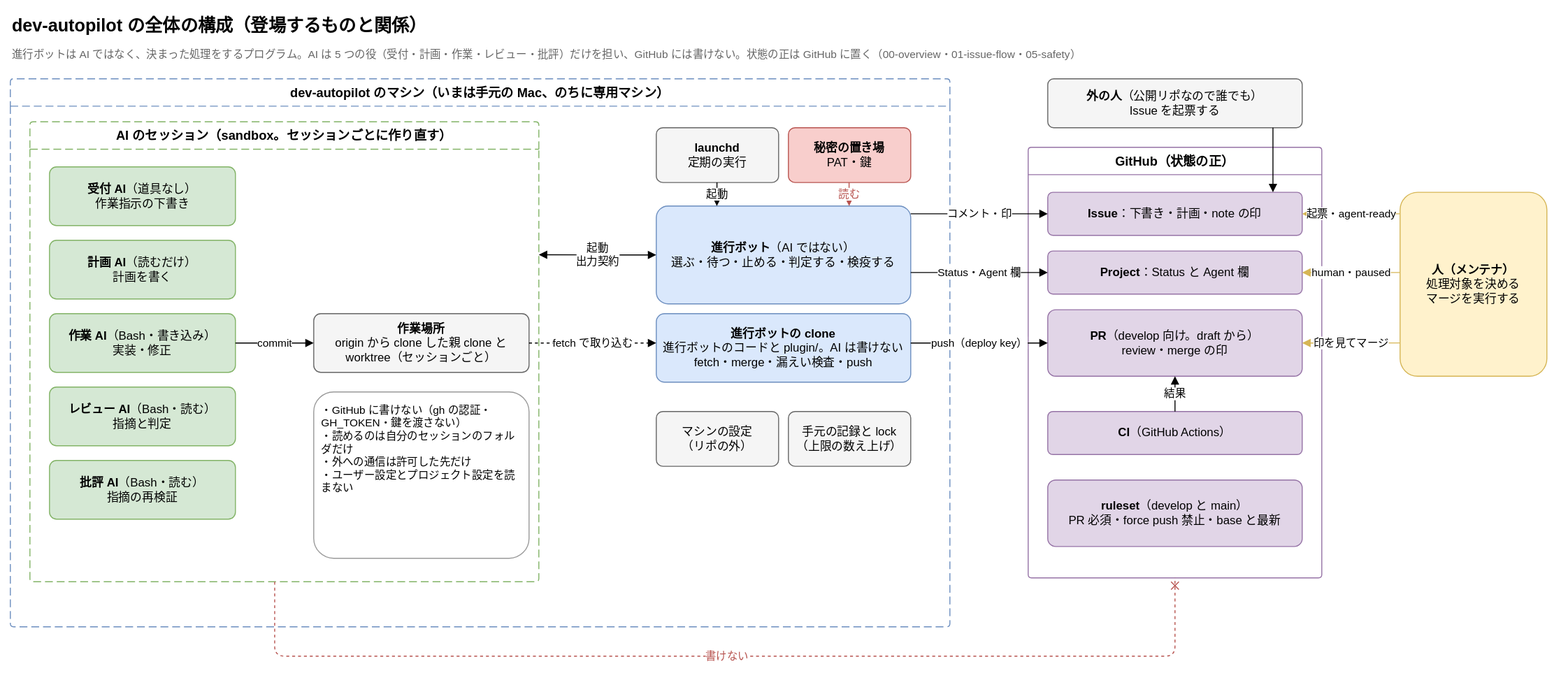
Earlier version of the draw.io export dev-autopilot/docs/diagrams/overview.drawio.svg (Joymerrevent/business-os). Source tidied: cells renumbered, new cells last; positions are measured from the earlier drawing's top-left corner, leaving out a move shared by most shapes. Source of this version:
```xml
<mxGraphModel background="#ffffff">
  <root>
    <mxCell id="0" />
    <mxCell id="1" parent="0" />
    <mxCell id="2" value="dev-autopilot の全体の構成（登場するものと関係）" style="text;html=1;whiteSpace=wrap;align=left;verticalAlign=middle;fontSize=18;fontStyle=1;" parent="1" vertex="1">
      <mxGeometry width="900" height="32" as="geometry" />
    </mxCell>
    <mxCell id="3" value="進行ボットは AI ではなく、決まった処理をするプログラム。AI は 5 つの役（受付・計画・作業・レビュー・批評）だけを担い、GitHub には書けない。状態の正は GitHub に置く（00-overview・01-issue-flow・05-safety）" style="text;html=1;whiteSpace=wrap;align=left;verticalAlign=top;fontSize=11;fontColor=#666666;" parent="1" vertex="1">
      <mxGeometry y="32" width="1440" height="22" as="geometry" />
    </mxCell>
    <mxCell id="4" value="dev-autopilot のマシン（いまは手元の Mac、のちに専用マシン）" style="swimlane;startSize=28;html=1;whiteSpace=wrap;rounded=1;arcSize=4;dashed=1;dashPattern=8 4;fontStyle=1;fontSize=13;strokeColor=#6c8ebf;fillColor=none;swimlaneFillColor=none;" parent="1" vertex="1">
      <mxGeometry y="70" width="960" height="560" as="geometry" />
    </mxCell>
    <mxCell id="5" value="AI のセッション（sandbox。セッションごとに作り直す）" style="swimlane;startSize=28;html=1;whiteSpace=wrap;rounded=1;arcSize=4;dashed=1;dashPattern=8 4;fontStyle=1;fontSize=13;strokeColor=#82b366;fillColor=none;swimlaneFillColor=none;" parent="4" vertex="1">
      <mxGeometry x="20" y="44" width="520" height="470" as="geometry" />
    </mxCell>
    <mxCell id="6" value="&lt;b&gt;受付 AI&lt;/b&gt;（道具なし）&lt;br&gt;作業指示の下書き" style="rounded=1;whiteSpace=wrap;html=1;fontSize=12;arcSize=12;fillColor=#d5e8d4;strokeColor=#82b366;" parent="5" vertex="1">
      <mxGeometry x="20" y="46" width="190" height="60" as="geometry" />
    </mxCell>
    <mxCell id="7" value="&lt;b&gt;計画 AI&lt;/b&gt;（読むだけ）&lt;br&gt;計画を書く" style="rounded=1;whiteSpace=wrap;html=1;fontSize=12;arcSize=12;fillColor=#d5e8d4;strokeColor=#82b366;" parent="5" vertex="1">
      <mxGeometry x="20" y="121" width="190" height="60" as="geometry" />
    </mxCell>
    <mxCell id="8" value="&lt;b&gt;作業 AI&lt;/b&gt;（Bash・書き込み）&lt;br&gt;実装・修正" style="rounded=1;whiteSpace=wrap;html=1;fontSize=12;arcSize=12;fillColor=#d5e8d4;strokeColor=#82b366;" parent="5" vertex="1">
      <mxGeometry x="20" y="196" width="190" height="60" as="geometry" />
    </mxCell>
    <mxCell id="9" value="&lt;b&gt;レビュー AI&lt;/b&gt;（Bash・読む）&lt;br&gt;指摘と判定" style="rounded=1;whiteSpace=wrap;html=1;fontSize=12;arcSize=12;fillColor=#d5e8d4;strokeColor=#82b366;" parent="5" vertex="1">
      <mxGeometry x="20" y="271" width="190" height="60" as="geometry" />
    </mxCell>
    <mxCell id="10" value="&lt;b&gt;批評 AI&lt;/b&gt;（Bash・読む）&lt;br&gt;指摘の再検証" style="rounded=1;whiteSpace=wrap;html=1;fontSize=12;arcSize=12;fillColor=#d5e8d4;strokeColor=#82b366;" parent="5" vertex="1">
      <mxGeometry x="20" y="346" width="190" height="60" as="geometry" />
    </mxCell>
    <mxCell id="11" value="&lt;b&gt;作業場所&lt;/b&gt;&lt;br&gt;origin から clone した親 clone と worktree（セッションごと）" style="rounded=1;whiteSpace=wrap;html=1;fontSize=12;arcSize=12;fillColor=#f5f5f5;strokeColor=#666666;" parent="5" vertex="1">
      <mxGeometry x="290" y="196" width="220" height="60" as="geometry" />
    </mxCell>
    <mxCell id="12" value="・GitHub に書けない（gh の認証・GH_TOKEN・鍵を渡さない）&lt;br&gt;・読めるのは自分のセッションのフォルダだけ&lt;br&gt;・外への通信は許可した先だけ&lt;br&gt;・ユーザー設定とプロジェクト設定を読まない" style="rounded=1;whiteSpace=wrap;html=1;fontSize=12;arcSize=12;align=left;verticalAlign=top;fontSize=11;spacing=8;fillColor=#ffffff;strokeColor=#999999;" parent="5" vertex="1">
      <mxGeometry x="290" y="276" width="220" height="170" as="geometry" />
    </mxCell>
    <mxCell id="13" value="&lt;b&gt;launchd&lt;/b&gt;&lt;br&gt;定期の実行" style="rounded=1;whiteSpace=wrap;html=1;fontSize=12;arcSize=12;fillColor=#f5f5f5;strokeColor=#666666;" parent="1" vertex="1">
      <mxGeometry x="660" y="120" width="125" height="56" as="geometry" />
    </mxCell>
    <mxCell id="14" value="&lt;b&gt;秘密の置き場&lt;/b&gt;&lt;br&gt;PAT・鍵" style="rounded=1;whiteSpace=wrap;html=1;fontSize=12;arcSize=12;fillColor=#f8cecc;strokeColor=#b85450;" parent="1" vertex="1">
      <mxGeometry x="795" y="120" width="125" height="56" as="geometry" />
    </mxCell>
    <mxCell id="15" value="&lt;b&gt;進行ボット&lt;/b&gt;（AI ではない）&lt;br&gt;選ぶ・待つ・止める・判定する・検疫する" style="rounded=1;whiteSpace=wrap;html=1;fontSize=12;arcSize=12;fillColor=#dae8fc;strokeColor=#6c8ebf;" parent="1" vertex="1">
      <mxGeometry x="660" y="200" width="260" height="100" as="geometry" />
    </mxCell>
    <mxCell id="16" value="&lt;b&gt;進行ボットの clone&lt;/b&gt;&lt;br&gt;進行ボットのコードと plugin/。AI は書けない&lt;br&gt;fetch・merge・漏えい検査・push" style="rounded=1;whiteSpace=wrap;html=1;fontSize=12;arcSize=12;fillColor=#dae8fc;strokeColor=#6c8ebf;" parent="1" vertex="1">
      <mxGeometry x="660" y="310" width="260" height="70" as="geometry" />
    </mxCell>
    <mxCell id="17" value="マシンの設定&lt;br&gt;（リポの外）" style="rounded=1;whiteSpace=wrap;html=1;fontSize=12;arcSize=12;fillColor=#f5f5f5;strokeColor=#666666;" parent="1" vertex="1">
      <mxGeometry x="660" y="410" width="125" height="56" as="geometry" />
    </mxCell>
    <mxCell id="18" value="手元の記録と lock&lt;br&gt;（上限の数え上げ）" style="rounded=1;whiteSpace=wrap;html=1;fontSize=12;arcSize=12;fillColor=#f5f5f5;strokeColor=#666666;" parent="1" vertex="1">
      <mxGeometry x="795" y="410" width="125" height="56" as="geometry" />
    </mxCell>
    <mxCell id="19" value="GitHub（状態の正）" style="swimlane;startSize=28;html=1;whiteSpace=wrap;rounded=1;arcSize=4;fontStyle=1;fontSize=13;strokeColor=#9673a6;fillColor=none;swimlaneFillColor=none;" parent="1" vertex="1">
      <mxGeometry x="1040" y="140" width="300" height="440" as="geometry" />
    </mxCell>
    <mxCell id="20" value="&lt;b&gt;Issue&lt;/b&gt;：下書き・計画・note の印" style="rounded=1;whiteSpace=wrap;html=1;fontSize=12;arcSize=12;fillColor=#e1d5e7;strokeColor=#9673a6;" parent="19" vertex="1">
      <mxGeometry x="20" y="46" width="260" height="44" as="geometry" />
    </mxCell>
    <mxCell id="21" value="&lt;b&gt;Project&lt;/b&gt;：Status と Agent 欄" style="rounded=1;whiteSpace=wrap;html=1;fontSize=12;arcSize=12;fillColor=#e1d5e7;strokeColor=#9673a6;" parent="19" vertex="1">
      <mxGeometry x="20" y="106" width="260" height="44" as="geometry" />
    </mxCell>
    <mxCell id="22" value="&lt;b&gt;PR&lt;/b&gt;（develop 向け。draft から）&lt;br&gt;review・merge の印" style="rounded=1;whiteSpace=wrap;html=1;fontSize=12;arcSize=12;fillColor=#e1d5e7;strokeColor=#9673a6;" parent="19" vertex="1">
      <mxGeometry x="20" y="166" width="260" height="68" as="geometry" />
    </mxCell>
    <mxCell id="23" value="&lt;b&gt;CI&lt;/b&gt;（GitHub Actions）" style="rounded=1;whiteSpace=wrap;html=1;fontSize=12;arcSize=12;fillColor=#e1d5e7;strokeColor=#9673a6;" parent="19" vertex="1">
      <mxGeometry x="20" y="270" width="260" height="44" as="geometry" />
    </mxCell>
    <mxCell id="24" value="&lt;b&gt;ruleset&lt;/b&gt;（develop と main）&lt;br&gt;PR 必須・force push 禁止・base と最新" style="rounded=1;whiteSpace=wrap;html=1;fontSize=12;arcSize=12;fillColor=#e1d5e7;strokeColor=#9673a6;" parent="19" vertex="1">
      <mxGeometry x="20" y="340" width="260" height="68" as="geometry" />
    </mxCell>
    <mxCell id="25" value="&lt;b&gt;人（メンテナ）&lt;/b&gt;&lt;br&gt;処理対象を決める&lt;br&gt;マージを実行する" style="rounded=1;whiteSpace=wrap;html=1;fontSize=12;arcSize=12;fillColor=#fff2cc;strokeColor=#d6b656;" parent="1" vertex="1">
      <mxGeometry x="1420" y="186" width="150" height="188" as="geometry" />
    </mxCell>
    <mxCell id="26" value="&lt;b&gt;外の人&lt;/b&gt;（公開リポなので誰でも）&lt;br&gt;Issue を起票する" style="rounded=1;whiteSpace=wrap;html=1;fontSize=12;arcSize=12;fillColor=#f5f5f5;strokeColor=#666666;" parent="1" vertex="1">
      <mxGeometry x="1060" y="70" width="260" height="50" as="geometry" />
    </mxCell>
    <mxCell id="27" value="起動" style="edgeStyle=orthogonalEdgeStyle;rounded=1;html=1;endArrow=block;endFill=1;fontSize=11;labelBackgroundColor=#ffffff;exitX=0.496;exitY=1;exitDx=0;exitDy=0;entryX=0.238;entryY=0;entryDx=0;entryDy=0;" parent="1" edge="1" source="13" target="15">
      <mxGeometry relative="1" as="geometry" />
    </mxCell>
    <mxCell id="28" value="読む" style="edgeStyle=orthogonalEdgeStyle;rounded=1;html=1;endArrow=block;endFill=1;fontSize=11;labelBackgroundColor=#ffffff;strokeColor=#b85450;fontColor=#b85450;exitX=0.496;exitY=1;exitDx=0;exitDy=0;entryX=0.758;entryY=0;entryDx=0;entryDy=0;" parent="1" edge="1" source="14" target="15">
      <mxGeometry relative="1" as="geometry" />
    </mxCell>
    <mxCell id="29" value="起動&lt;br&gt;出力契約" style="edgeStyle=orthogonalEdgeStyle;rounded=1;html=1;endArrow=block;endFill=1;fontSize=11;labelBackgroundColor=#ffffff;startArrow=block;startFill=1;exitX=0;exitY=0.5;exitDx=0;exitDy=0;entryX=1;entryY=0.289;entryDx=0;entryDy=0;" parent="1" edge="1" source="15" target="5">
      <mxGeometry relative="1" as="geometry" />
    </mxCell>
    <mxCell id="30" value="commit" style="edgeStyle=orthogonalEdgeStyle;rounded=1;html=1;endArrow=block;endFill=1;fontSize=11;labelBackgroundColor=#ffffff;exitX=1;exitY=0.5;exitDx=0;exitDy=0;entryX=0;entryY=0.5;entryDx=0;entryDy=0;" parent="1" edge="1" source="8" target="11">
      <mxGeometry relative="1" as="geometry" />
    </mxCell>
    <mxCell id="31" value="fetch で取り込む" style="edgeStyle=orthogonalEdgeStyle;rounded=1;html=1;endArrow=block;endFill=1;fontSize=11;labelBackgroundColor=#ffffff;dashed=1;exitX=1;exitY=0.5;exitDx=0;exitDy=0;entryX=0;entryY=0.429;entryDx=0;entryDy=0;" parent="1" edge="1" source="11" target="16">
      <mxGeometry relative="1" as="geometry" />
    </mxCell>
    <mxCell id="32" value="コメント・印" style="edgeStyle=orthogonalEdgeStyle;rounded=1;html=1;endArrow=block;endFill=1;fontSize=11;labelBackgroundColor=#ffffff;exitX=1;exitY=0.08;exitDx=0;exitDy=0;entryX=0;entryY=0.5;entryDx=0;entryDy=0;" parent="1" edge="1" source="15" target="20">
      <mxGeometry relative="1" as="geometry" />
    </mxCell>
    <mxCell id="33" value="Status・Agent 欄" style="edgeStyle=orthogonalEdgeStyle;rounded=1;html=1;endArrow=block;endFill=1;fontSize=11;labelBackgroundColor=#ffffff;exitX=1;exitY=0.68;exitDx=0;exitDy=0;entryX=0;entryY=0.5;entryDx=0;entryDy=0;" parent="1" edge="1" source="15" target="21">
      <mxGeometry relative="1" as="geometry" />
    </mxCell>
    <mxCell id="34" value="push（deploy key）" style="edgeStyle=orthogonalEdgeStyle;rounded=1;html=1;endArrow=block;endFill=1;fontSize=11;labelBackgroundColor=#ffffff;exitX=1;exitY=0.429;exitDx=0;exitDy=0;entryX=0;entryY=0.5;entryDx=0;entryDy=0;" parent="1" edge="1" source="16" target="22">
      <mxGeometry relative="1" as="geometry" />
    </mxCell>
    <mxCell id="35" value="結果" style="edgeStyle=orthogonalEdgeStyle;rounded=1;html=1;endArrow=block;endFill=1;fontSize=11;labelBackgroundColor=#ffffff;exitX=0.5;exitY=0;exitDx=0;exitDy=0;entryX=0.5;entryY=1;entryDx=0;entryDy=0;" parent="1" edge="1" source="23" target="22">
      <mxGeometry relative="1" as="geometry" />
    </mxCell>
    <mxCell id="36" value="起票・agent-ready" style="edgeStyle=orthogonalEdgeStyle;rounded=1;html=1;endArrow=block;endFill=1;fontSize=11;labelBackgroundColor=#ffffff;strokeColor=#d6b656;exitX=0;exitY=0.117;exitDx=0;exitDy=0;entryX=1;entryY=0.5;entryDx=0;entryDy=0;" parent="1" edge="1" source="25" target="20">
      <mxGeometry relative="1" as="geometry" />
    </mxCell>
    <mxCell id="37" style="edgeStyle=orthogonalEdgeStyle;rounded=1;html=1;endArrow=block;endFill=1;fontSize=11;labelBackgroundColor=#ffffff;exitX=0.885;exitY=1;exitDx=0;exitDy=0;entryX=0.885;entryY=0;entryDx=0;entryDy=0;" parent="1" edge="1" source="26" target="20">
      <mxGeometry relative="1" as="geometry" />
    </mxCell>
    <mxCell id="38" value="human・paused" style="edgeStyle=orthogonalEdgeStyle;rounded=1;html=1;endArrow=block;endFill=1;fontSize=11;labelBackgroundColor=#ffffff;strokeColor=#d6b656;exitX=0;exitY=0.436;exitDx=0;exitDy=0;entryX=1;entryY=0.5;entryDx=0;entryDy=0;" parent="1" edge="1" source="25" target="21">
      <mxGeometry relative="1" as="geometry" />
    </mxCell>
    <mxCell id="39" value="印を見てマージ" style="edgeStyle=orthogonalEdgeStyle;rounded=1;html=1;endArrow=block;endFill=1;fontSize=11;labelBackgroundColor=#ffffff;strokeColor=#d6b656;exitX=0;exitY=0.819;exitDx=0;exitDy=0;entryX=1;entryY=0.5;entryDx=0;entryDy=0;" parent="1" edge="1" source="25" target="22">
      <mxGeometry relative="1" as="geometry" />
    </mxCell>
    <mxCell id="40" value="書けない" style="edgeStyle=orthogonalEdgeStyle;rounded=1;html=1;endArrow=block;endFill=1;fontSize=11;labelBackgroundColor=#ffffff;dashed=1;strokeColor=#b85450;fontColor=#b85450;endArrow=cross;endFill=0;exitX=0.481;exitY=1;exitDx=0;exitDy=0;entryX=0.5;entryY=1;entryDx=0;entryDy=0;" parent="1" edge="1" source="5" target="19">
      <mxGeometry relative="1" as="geometry">
        <Array as="points">
          <mxPoint x="270" y="660" />
          <mxPoint x="1190" y="660" />
        </Array>
      </mxGeometry>
    </mxCell>
  </root>
</mxGraphModel>
```
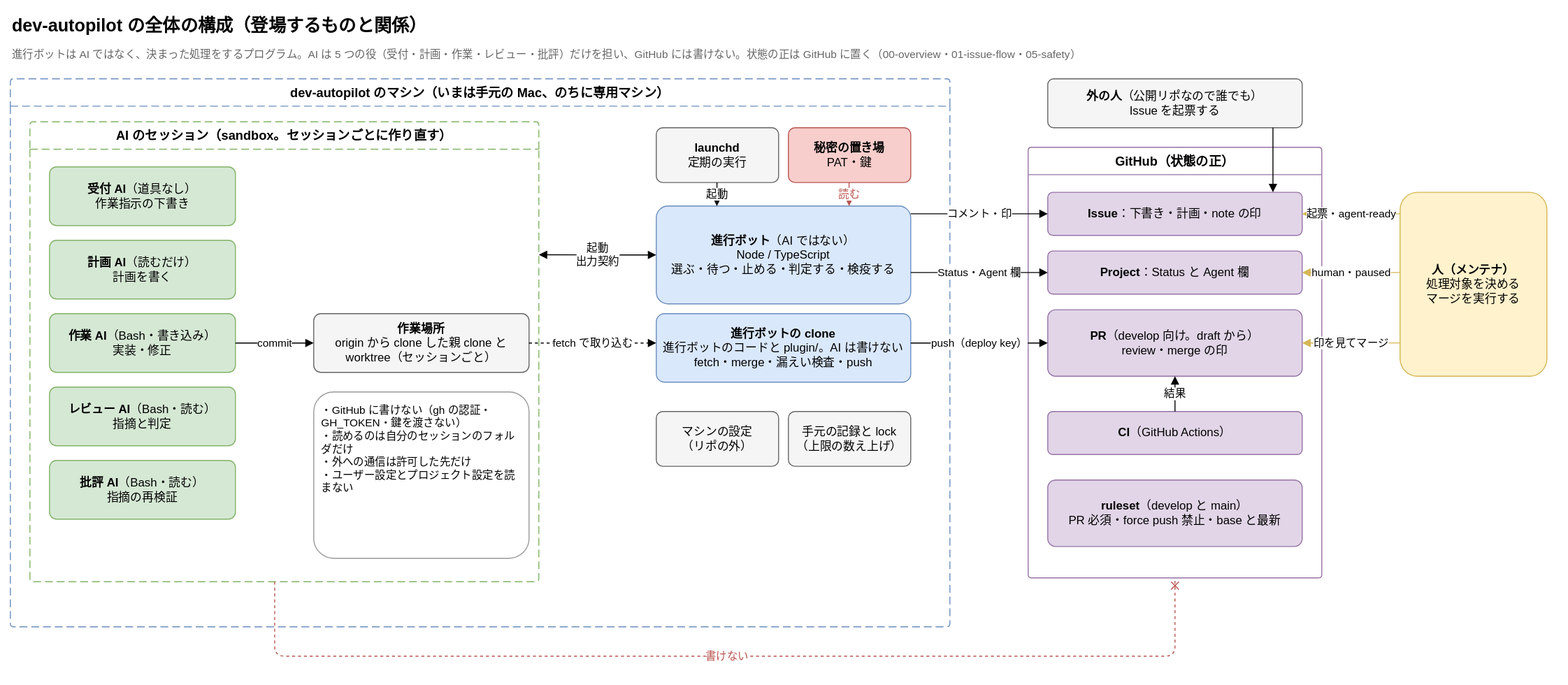
The same file after the commit.

Commit message:
docs(dev-autopilot): 全体の構成の図の進行ボットの箱に Node / TypeScript を戻す

最初の版にあった「Node / TypeScript」の行を、検疫を足したコミットで黙って外していた。
進行ボットの箱を「名前・Node / TypeScript・役割」の 3 行に戻す。

The edit, as a diff of the source:
```diff
@@ -41,7 +41,7 @@
     <mxCell id="14" value="&lt;b&gt;秘密の置き場&lt;/b&gt;&lt;br&gt;PAT・鍵" style="rounded=1;whiteSpace=wrap;html=1;fontSize=12;arcSize=12;fillColor=#f8cecc;strokeColor=#b85450;" parent="1" vertex="1">
       <mxGeometry x="795" y="120" width="125" height="56" as="geometry" />
     </mxCell>
-    <mxCell id="15" value="&lt;b&gt;進行ボット&lt;/b&gt;（AI ではない）&lt;br&gt;選ぶ・待つ・止める・判定する・検疫する" style="rounded=1;whiteSpace=wrap;html=1;fontSize=12;arcSize=12;fillColor=#dae8fc;strokeColor=#6c8ebf;" parent="1" vertex="1">
+    <mxCell id="15" value="&lt;b&gt;進行ボット&lt;/b&gt;（AI ではない）&lt;br&gt;Node / TypeScript&lt;br&gt;選ぶ・待つ・止める・判定する・検疫する" style="rounded=1;whiteSpace=wrap;html=1;fontSize=12;arcSize=12;fillColor=#dae8fc;strokeColor=#6c8ebf;" parent="1" vertex="1">
       <mxGeometry x="660" y="200" width="260" height="100" as="geometry" />
     </mxCell>
     <mxCell id="16" value="&lt;b&gt;進行ボットの clone&lt;/b&gt;&lt;br&gt;進行ボットのコードと plugin/。AI は書けない&lt;br&gt;fetch・merge・漏えい検査・push" style="rounded=1;whiteSpace=wrap;html=1;fontSize=12;arcSize=12;fillColor=#dae8fc;strokeColor=#6c8ebf;" parent="1" vertex="1">
```
